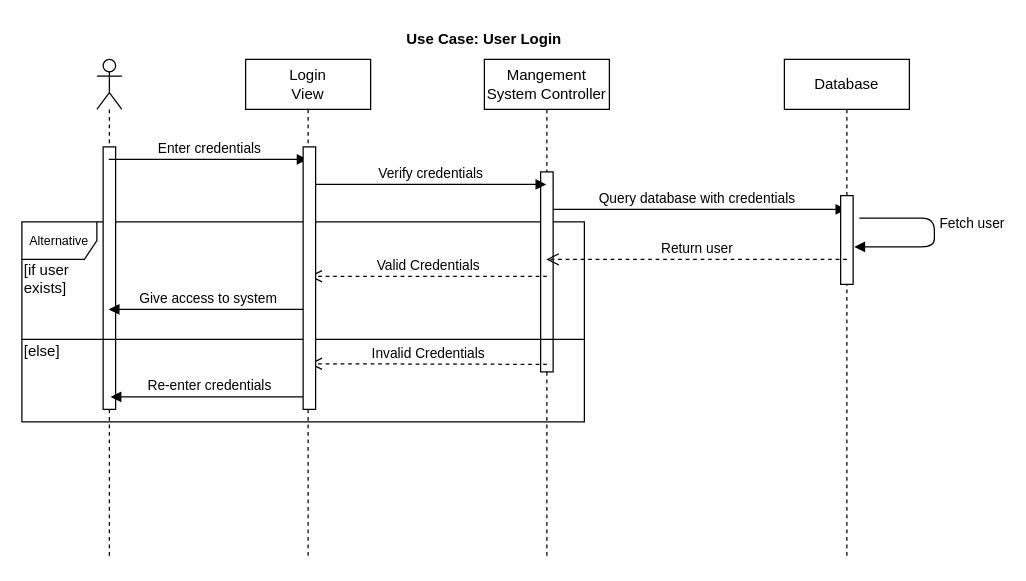
The draw.io diagram page "Login" (1 of 10) of SequenceDiagrams.drawio in ryan-holt/ENSF480FinalProject, before the edit. Source tidied: cells renumbered, new cells numbered last; positions are measured from the earlier drawing's top-left corner, leaving out a move shared by most shapes. Both pictures are drawn from the tidied source at 125%, with x=0, y=0 at pixel (21, 21).
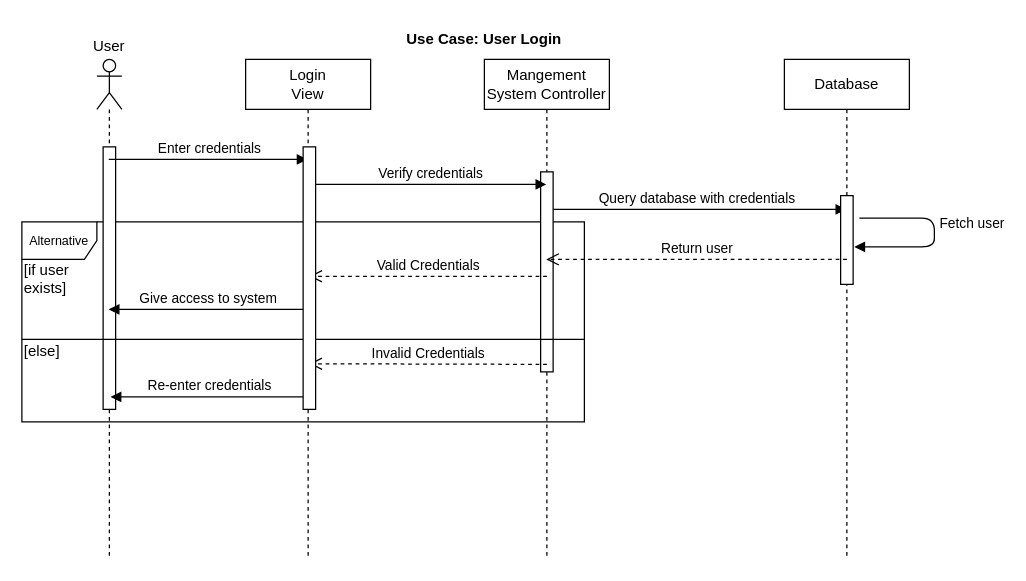
The same diagram, later.

Diff of the diagram source:
```diff
@@
+    <mxCell id="24" value="User" style="text;html=1;strokeColor=none;fillColor=none;align=center;verticalAlign=middle;whiteSpace=wrap;rounded=0;" parent="1" vertex="1">
+      <mxGeometry x="50" y="10" width="40" height="20" as="geometry" />
+    </mxCell>
```
